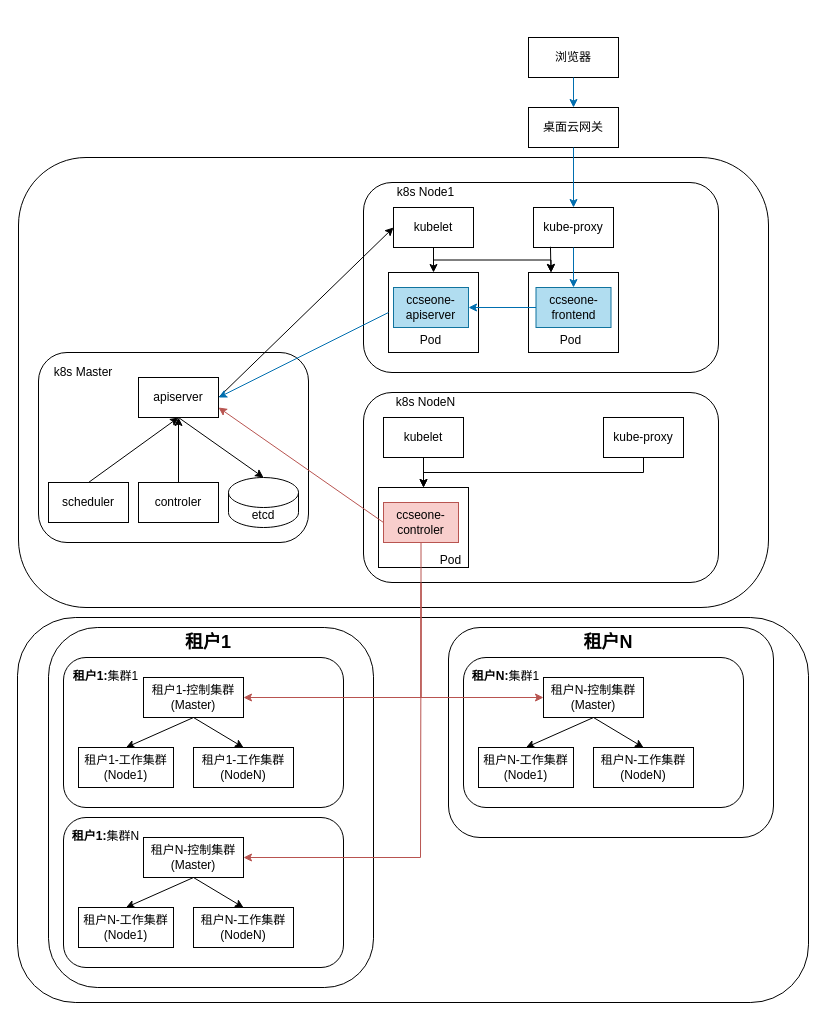
Before: drawio/ccseone-sprint3.drawio in Tiny-VS-Lina/ccse, a draw.io diagram. Source tidied: cells renumbered, new cells numbered last; positions are measured from the earlier drawing's top-left corner, leaving out a move shared by most shapes. Both pictures are drawn from the tidied source at 100%, with x=0, y=0 at pixel (17, 37).
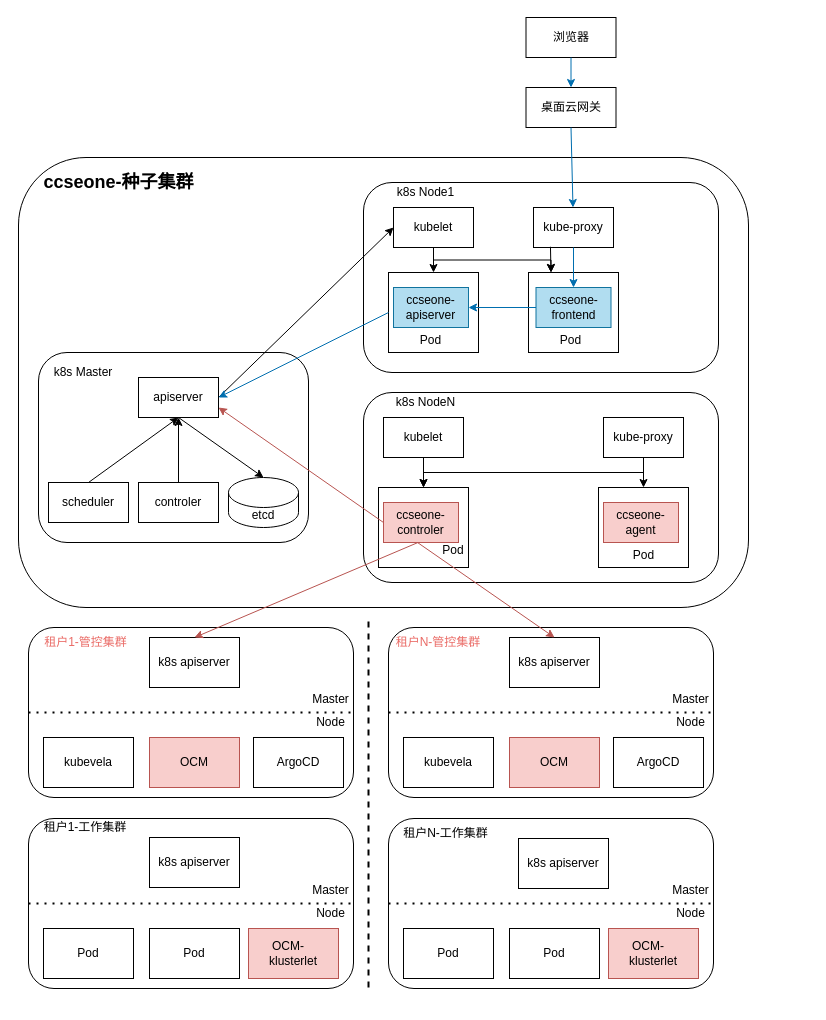
The same page after the edit.

The change refers to these unchanged cells:
```xml
<mxCell id="53" value="kube-proxy" style="rounded=0;whiteSpace=wrap;html=1;" parent="1" vertex="1">
  <mxGeometry x="586" y="380" width="80" height="40" as="geometry" />
</mxCell>
<mxCell id="55" value="ccseone-controler" style="rounded=0;whiteSpace=wrap;html=1;fillColor=#f8cecc;strokeColor=#b85450;" parent="1" vertex="1">
  <mxGeometry x="366" y="465" width="75" height="40" as="geometry" />
</mxCell>
```

Diff of the diagram source:
```diff
@@
-    <mxCell id="2" style="rounded=1;whiteSpace=wrap;html=1;" parent="1" vertex="1">
-      <mxGeometry y="580" width="791" height="385" as="geometry" />
-    </mxCell>
     <mxCell id="3" style="rounded=1;whiteSpace=wrap;html=1;" parent="1" vertex="1">
-      <mxGeometry x="1" y="120" width="750" height="450" as="geometry" />
+      <mxGeometry x="1" y="120" width="730" height="450" as="geometry" />
     </mxCell>
@@
     <mxCell id="16" value="桌面云网关" style="rounded=0;whiteSpace=wrap;html=1;" parent="1" vertex="1">
-      <mxGeometry x="511" y="70" width="90" height="40" as="geometry" />
+      <mxGeometry x="508.5" y="50" width="90" height="40" as="geometry" />
     </mxCell>
@@
     <mxCell id="18" value="浏览器" style="rounded=0;whiteSpace=wrap;html=1;" parent="1" vertex="1">
-      <mxGeometry x="511" width="90" height="40" as="geometry" />
+      <mxGeometry x="508.5" y="-20" width="90" height="40" as="geometry" />
     </mxCell>
@@
-    <mxCell id="21" style="group;" parent="1" vertex="1">
-      <mxGeometry x="31" y="590" width="325" height="360" as="geometry" />
-    </mxCell>
-    <mxCell id="22" style="rounded=1;whiteSpace=wrap;html=1;" parent="21" vertex="1">
-      <mxGeometry width="325" height="360" as="geometry" />
-    </mxCell>
-    <mxCell id="23" style="rounded=1;whiteSpace=wrap;html=1;" parent="21" vertex="1">
-      <mxGeometry x="15" y="30" width="280" height="150" as="geometry" />
-    </mxCell>
-    <mxCell id="24" value="租户1-控制集群(Master)" style="rounded=0;whiteSpace=wrap;html=1;" parent="21" vertex="1">
-      <mxGeometry x="95" y="50" width="100" height="40" as="geometry" />
-    </mxCell>
-    <mxCell id="25" value="租户1-工作集群(Node1)" style="rounded=0;whiteSpace=wrap;html=1;" parent="21" vertex="1">
-      <mxGeometry x="30" y="120" width="95" height="40" as="geometry" />
-    </mxCell>
-    <mxCell id="26" value="租户1-工作集群(NodeN)" style="rounded=0;whiteSpace=wrap;html=1;" parent="21" vertex="1">
-      <mxGeometry x="145" y="120" width="100" height="40" as="geometry" />
-    </mxCell>
-    <mxCell id="27" value="&lt;b&gt;租户1:&lt;/b&gt;集群1" style="text;html=1;strokeColor=none;fillColor=none;align=center;verticalAlign=middle;whiteSpace=wrap;rounded=0;" parent="21" vertex="1">
-      <mxGeometry x="20" y="34" width="75" height="30" as="geometry" />
-    </mxCell>
-    <mxCell id="28" style="rounded=1;whiteSpace=wrap;html=1;" parent="21" vertex="1">
-      <mxGeometry x="15" y="190" width="280" height="150" as="geometry" />
-    </mxCell>
-    <mxCell id="29" value="租户N-控制集群(Master)" style="rounded=0;whiteSpace=wrap;html=1;" parent="21" vertex="1">
-      <mxGeometry x="95" y="210" width="100" height="40" as="geometry" />
-    </mxCell>
-    <mxCell id="30" value="租户N-工作集群(Node1)" style="rounded=0;whiteSpace=wrap;html=1;" parent="21" vertex="1">
-      <mxGeometry x="30" y="280" width="95" height="40" as="geometry" />
-    </mxCell>
-    <mxCell id="31" value="租户N-工作集群(NodeN)" style="rounded=0;whiteSpace=wrap;html=1;" parent="21" vertex="1">
-      <mxGeometry x="145" y="280" width="100" height="40" as="geometry" />
-    </mxCell>
-    <mxCell id="32" value="&lt;b&gt;租户1:&lt;/b&gt;集群N" style="text;html=1;strokeColor=none;fillColor=none;align=center;verticalAlign=middle;whiteSpace=wrap;rounded=0;" parent="21" vertex="1">
-      <mxGeometry x="20" y="194" width="75" height="30" as="geometry" />
-    </mxCell>
-    <mxCell id="33" value="&lt;b style=&quot;font-size: 18px;&quot;&gt;租户1&lt;/b&gt;" style="text;html=1;strokeColor=none;fillColor=none;align=center;verticalAlign=middle;whiteSpace=wrap;rounded=0;fontSize=18;" parent="21" vertex="1">
-      <mxGeometry x="130" width="60" height="30" as="geometry" />
-    </mxCell>
-    <mxCell id="34" style="endArrow=classic;html=1;rounded=0;exitX=0.5;exitY=1;exitDx=0;exitDy=0;entryX=0.5;entryY=0;entryDx=0;entryDy=0;" parent="21" edge="1" source="24" target="25">
-      <mxGeometry relative="1" as="geometry" />
-    </mxCell>
-    <mxCell id="35" style="endArrow=classic;html=1;rounded=0;exitX=0.5;exitY=1;exitDx=0;exitDy=0;entryX=0.5;entryY=0;entryDx=0;entryDy=0;" parent="21" edge="1" source="24" target="26">
-      <mxGeometry relative="1" as="geometry" />
-    </mxCell>
-    <mxCell id="36" style="endArrow=classic;html=1;rounded=0;exitX=0.5;exitY=1;exitDx=0;exitDy=0;entryX=0.5;entryY=0;entryDx=0;entryDy=0;" parent="21" edge="1" source="29" target="30">
-      <mxGeometry relative="1" as="geometry" />
-    </mxCell>
-    <mxCell id="37" style="endArrow=classic;html=1;rounded=0;exitX=0.5;exitY=1;exitDx=0;exitDy=0;entryX=0.5;entryY=0;entryDx=0;entryDy=0;" parent="21" edge="1" source="29" target="31">
-      <mxGeometry relative="1" as="geometry" />
-    </mxCell>
-    <mxCell id="38" style="group;" parent="1" vertex="1">
-      <mxGeometry x="431" y="590" width="325" height="210" as="geometry" />
-    </mxCell>
-    <mxCell id="39" style="rounded=1;whiteSpace=wrap;html=1;" parent="38" vertex="1">
-      <mxGeometry width="325" height="210" as="geometry" />
-    </mxCell>
-    <mxCell id="40" style="rounded=1;whiteSpace=wrap;html=1;" parent="38" vertex="1">
-      <mxGeometry x="15" y="30" width="280" height="150" as="geometry" />
-    </mxCell>
-    <mxCell id="41" value="租户N-控制集群(Master)" style="rounded=0;whiteSpace=wrap;html=1;" parent="38" vertex="1">
-      <mxGeometry x="95" y="50" width="100" height="40" as="geometry" />
-    </mxCell>
-    <mxCell id="42" value="租户N-工作集群(Node1)" style="rounded=0;whiteSpace=wrap;html=1;" parent="38" vertex="1">
-      <mxGeometry x="30" y="120" width="95" height="40" as="geometry" />
-    </mxCell>
-    <mxCell id="43" value="租户N-工作集群(NodeN)" style="rounded=0;whiteSpace=wrap;html=1;" parent="38" vertex="1">
-      <mxGeometry x="145" y="120" width="100" height="40" as="geometry" />
-    </mxCell>
-    <mxCell id="44" value="&lt;b&gt;租户N:&lt;/b&gt;集群1" style="text;html=1;strokeColor=none;fillColor=none;align=center;verticalAlign=middle;whiteSpace=wrap;rounded=0;" parent="38" vertex="1">
-      <mxGeometry x="20" y="34" width="75" height="30" as="geometry" />
-    </mxCell>
-    <mxCell id="45" value="&lt;b style=&quot;font-size: 18px;&quot;&gt;租户N&lt;/b&gt;" style="text;html=1;strokeColor=none;fillColor=none;align=center;verticalAlign=middle;whiteSpace=wrap;rounded=0;fontSize=18;" parent="38" vertex="1">
-      <mxGeometry x="130" width="60" height="30" as="geometry" />
-    </mxCell>
-    <mxCell id="46" style="endArrow=classic;html=1;rounded=0;exitX=0.5;exitY=1;exitDx=0;exitDy=0;entryX=0.5;entryY=0;entryDx=0;entryDy=0;" parent="38" edge="1" source="41" target="42">
-      <mxGeometry relative="1" as="geometry" />
-    </mxCell>
-    <mxCell id="47" style="endArrow=classic;html=1;rounded=0;exitX=0.5;exitY=1;exitDx=0;exitDy=0;entryX=0.5;entryY=0;entryDx=0;entryDy=0;" parent="38" edge="1" source="41" target="43">
-      <mxGeometry relative="1" as="geometry" />
-    </mxCell>
-    <mxCell id="48" style="endArrow=classic;html=1;rounded=0;entryX=1;entryY=0.5;entryDx=0;entryDy=0;edgeStyle=orthogonalEdgeStyle;fillColor=#f8cecc;strokeColor=#b85450;exitX=0.5;exitY=1;exitDx=0;exitDy=0;" parent="1" edge="1" source="55" target="29">
-      <mxGeometry relative="1" as="geometry">
-        <Array as="points">
-          <mxPoint x="404" y="580" />
-          <mxPoint x="403" y="820" />
-        </Array>
-      </mxGeometry>
-    </mxCell>
-    <mxCell id="49" style="endArrow=classic;html=1;rounded=0;entryX=0;entryY=0.5;entryDx=0;entryDy=0;edgeStyle=orthogonalEdgeStyle;fillColor=#f8cecc;strokeColor=#b85450;exitX=0.5;exitY=1;exitDx=0;exitDy=0;" parent="1" edge="1" source="55" target="41">
-      <mxGeometry relative="1" as="geometry">
-        <Array as="points">
-          <mxPoint x="404" y="660" />
-        </Array>
-      </mxGeometry>
-    </mxCell>
@@
     <mxCell id="56" value="Pod" style="text;html=1;strokeColor=none;fillColor=none;align=center;verticalAlign=middle;whiteSpace=wrap;rounded=0;" parent="1" vertex="1">
-      <mxGeometry x="401" y="515" width="65" height="15" as="geometry" />
+      <mxGeometry x="416" y="505" width="40" height="15" as="geometry" />
     </mxCell>
@@
-    <mxCell id="72" style="endArrow=classic;html=1;rounded=0;entryX=1;entryY=0.5;entryDx=0;entryDy=0;edgeStyle=orthogonalEdgeStyle;fillColor=#f8cecc;strokeColor=#b85450;exitX=0.5;exitY=1;exitDx=0;exitDy=0;" parent="1" edge="1" source="55" target="24">
-      <mxGeometry relative="1" as="geometry">
-        <Array as="points">
-          <mxPoint x="404" y="660" />
-        </Array>
-      </mxGeometry>
-    </mxCell>
@@
+    <mxCell id="75" style="rounded=0;whiteSpace=wrap;html=1;" parent="1" vertex="1">
+      <mxGeometry x="581" y="450" width="90" height="80" as="geometry" />
+    </mxCell>
+    <mxCell id="76" value="ccseone-agent" style="rounded=0;whiteSpace=wrap;html=1;fillColor=#f8cecc;strokeColor=#b85450;" parent="1" vertex="1">
+      <mxGeometry x="586" y="465" width="75" height="40" as="geometry" />
+    </mxCell>
+    <mxCell id="77" value="Pod" style="text;html=1;strokeColor=none;fillColor=none;align=center;verticalAlign=middle;whiteSpace=wrap;rounded=0;" parent="1" vertex="1">
+      <mxGeometry x="593.5" y="510" width="65" height="15" as="geometry" />
+    </mxCell>
+    <mxCell id="78" style="endArrow=classic;html=1;rounded=0;entryX=0.5;entryY=0;entryDx=0;entryDy=0;exitX=0.5;exitY=1;exitDx=0;exitDy=0;" parent="1" edge="1" source="53" target="75">
+      <mxGeometry relative="1" as="geometry" />
+    </mxCell>
+    <mxCell id="79" style="group;" parent="1" vertex="1">
+      <mxGeometry x="11" y="590" width="325" height="170" as="geometry" />
+    </mxCell>
+    <mxCell id="80" style="rounded=1;whiteSpace=wrap;html=1;" parent="79" vertex="1">
+      <mxGeometry width="325" height="170" as="geometry" />
+    </mxCell>
+    <mxCell id="81" value="kubevela" style="rounded=0;whiteSpace=wrap;html=1;" parent="79" vertex="1">
+      <mxGeometry x="15" y="110" width="90" height="50" as="geometry" />
+    </mxCell>
+    <mxCell id="82" value="OCM" style="rounded=0;whiteSpace=wrap;html=1;fillColor=#f8cecc;strokeColor=#b85450;" parent="79" vertex="1">
+      <mxGeometry x="121" y="110" width="90" height="50" as="geometry" />
+    </mxCell>
+    <mxCell id="83" value="ArgoCD" style="rounded=0;whiteSpace=wrap;html=1;" parent="79" vertex="1">
+      <mxGeometry x="225" y="110" width="90" height="50" as="geometry" />
+    </mxCell>
+    <mxCell id="84" value="k8s apiserver" style="rounded=0;whiteSpace=wrap;html=1;" parent="79" vertex="1">
+      <mxGeometry x="121" y="10" width="90" height="50" as="geometry" />
+    </mxCell>
+    <mxCell id="85" style="endArrow=none;dashed=1;html=1;dashPattern=1 3;strokeWidth=2;rounded=0;exitX=0;exitY=0.5;exitDx=0;exitDy=0;entryX=1;entryY=0.5;entryDx=0;entryDy=0;" parent="79" edge="1" source="80" target="80">
+      <mxGeometry relative="1" as="geometry" />
+    </mxCell>
+    <mxCell id="86" value="&lt;font color=&quot;#ea6b66&quot;&gt;租户1-管控集群&lt;/font&gt;" style="text;html=1;strokeColor=none;fillColor=none;align=center;verticalAlign=middle;whiteSpace=wrap;rounded=0;" parent="79" vertex="1">
+      <mxGeometry x="15" width="85" height="30" as="geometry" />
+    </mxCell>
+    <mxCell id="87" value="Node" style="text;html=1;strokeColor=none;fillColor=none;align=center;verticalAlign=middle;whiteSpace=wrap;rounded=0;" parent="79" vertex="1">
+      <mxGeometry x="280" y="80" width="45" height="30" as="geometry" />
+    </mxCell>
+    <mxCell id="88" value="Master" style="text;html=1;strokeColor=none;fillColor=none;align=center;verticalAlign=middle;whiteSpace=wrap;rounded=0;" parent="79" vertex="1">
+      <mxGeometry x="280" y="63" width="45" height="17" as="geometry" />
+    </mxCell>
+    <mxCell id="89" style="group;" parent="1" vertex="1">
+      <mxGeometry x="371" y="590" width="325" height="170" as="geometry" />
+    </mxCell>
+    <mxCell id="90" style="rounded=1;whiteSpace=wrap;html=1;" parent="89" vertex="1">
+      <mxGeometry width="325" height="170" as="geometry" />
+    </mxCell>
+    <mxCell id="91" value="kubevela" style="rounded=0;whiteSpace=wrap;html=1;" parent="89" vertex="1">
+      <mxGeometry x="15" y="110" width="90" height="50" as="geometry" />
+    </mxCell>
+    <mxCell id="92" value="OCM" style="rounded=0;whiteSpace=wrap;html=1;fillColor=#f8cecc;strokeColor=#b85450;" parent="89" vertex="1">
+      <mxGeometry x="121" y="110" width="90" height="50" as="geometry" />
+    </mxCell>
+    <mxCell id="93" value="ArgoCD" style="rounded=0;whiteSpace=wrap;html=1;" parent="89" vertex="1">
+      <mxGeometry x="225" y="110" width="90" height="50" as="geometry" />
+    </mxCell>
+    <mxCell id="94" value="k8s apiserver" style="rounded=0;whiteSpace=wrap;html=1;" parent="89" vertex="1">
+      <mxGeometry x="121" y="10" width="90" height="50" as="geometry" />
+    </mxCell>
+    <mxCell id="95" style="endArrow=none;dashed=1;html=1;dashPattern=1 3;strokeWidth=2;rounded=0;exitX=0;exitY=0.5;exitDx=0;exitDy=0;entryX=1;entryY=0.5;entryDx=0;entryDy=0;" parent="89" edge="1" source="90" target="90">
+      <mxGeometry relative="1" as="geometry" />
+    </mxCell>
+    <mxCell id="96" value="&lt;font color=&quot;#ea6b66&quot;&gt;租户N-管控集群&lt;/font&gt;" style="text;html=1;strokeColor=none;fillColor=none;align=center;verticalAlign=middle;whiteSpace=wrap;rounded=0;" parent="89" vertex="1">
+      <mxGeometry width="100" height="30" as="geometry" />
+    </mxCell>
+    <mxCell id="97" value="Node" style="text;html=1;strokeColor=none;fillColor=none;align=center;verticalAlign=middle;whiteSpace=wrap;rounded=0;" parent="89" vertex="1">
+      <mxGeometry x="280" y="80" width="45" height="30" as="geometry" />
+    </mxCell>
+    <mxCell id="98" value="Master" style="text;html=1;strokeColor=none;fillColor=none;align=center;verticalAlign=middle;whiteSpace=wrap;rounded=0;" parent="89" vertex="1">
+      <mxGeometry x="280" y="63" width="45" height="17" as="geometry" />
+    </mxCell>
+    <mxCell id="99" style="group;" parent="1" vertex="1">
+      <mxGeometry x="371" y="781" width="325" height="170" as="geometry" />
+    </mxCell>
+    <mxCell id="100" style="rounded=1;whiteSpace=wrap;html=1;" parent="99" vertex="1">
+      <mxGeometry width="325" height="170" as="geometry" />
+    </mxCell>
+    <mxCell id="101" value="Pod" style="rounded=0;whiteSpace=wrap;html=1;" parent="99" vertex="1">
+      <mxGeometry x="15" y="110" width="90" height="50" as="geometry" />
+    </mxCell>
+    <mxCell id="102" value="Pod" style="rounded=0;whiteSpace=wrap;html=1;" parent="99" vertex="1">
+      <mxGeometry x="121" y="110" width="90" height="50" as="geometry" />
+    </mxCell>
+    <mxCell id="103" style="endArrow=none;dashed=1;html=1;dashPattern=1 3;strokeWidth=2;rounded=0;exitX=0;exitY=0.5;exitDx=0;exitDy=0;entryX=1;entryY=0.5;entryDx=0;entryDy=0;" parent="99" edge="1" source="100" target="100">
+      <mxGeometry relative="1" as="geometry" />
+    </mxCell>
+    <mxCell id="104" value="租户N-工作集群" style="text;html=1;strokeColor=none;fillColor=none;align=center;verticalAlign=middle;whiteSpace=wrap;rounded=0;" parent="99" vertex="1">
+      <mxGeometry x="10" width="95" height="30" as="geometry" />
+    </mxCell>
+    <mxCell id="105" value="Node" style="text;html=1;strokeColor=none;fillColor=none;align=center;verticalAlign=middle;whiteSpace=wrap;rounded=0;" parent="99" vertex="1">
+      <mxGeometry x="280" y="80" width="45" height="30" as="geometry" />
+    </mxCell>
+    <mxCell id="106" value="Master" style="text;html=1;strokeColor=none;fillColor=none;align=center;verticalAlign=middle;whiteSpace=wrap;rounded=0;" parent="99" vertex="1">
+      <mxGeometry x="280" y="63" width="45" height="17" as="geometry" />
+    </mxCell>
+    <mxCell id="107" value="k8s apiserver" style="rounded=0;whiteSpace=wrap;html=1;" parent="99" vertex="1">
+      <mxGeometry x="130" y="20" width="90" height="50" as="geometry" />
+    </mxCell>
+    <mxCell id="108" value="OCM-&amp;nbsp; &amp;nbsp; klusterlet" style="rounded=0;whiteSpace=wrap;html=1;fillColor=#f8cecc;strokeColor=#b85450;" parent="99" vertex="1">
+      <mxGeometry x="220" y="110" width="90" height="50" as="geometry" />
+    </mxCell>
+    <mxCell id="109" style="endArrow=none;html=1;rounded=0;dashed=1;strokeWidth=2;" parent="1" edge="1">
+      <mxGeometry relative="1" as="geometry">
+        <mxPoint x="351" y="950" as="sourcePoint" />
+        <mxPoint x="351" y="580" as="targetPoint" />
+      </mxGeometry>
+    </mxCell>
+    <mxCell id="110" style="endArrow=classic;html=1;rounded=0;entryX=0.5;entryY=0;entryDx=0;entryDy=0;exitX=0.459;exitY=1.001;exitDx=0;exitDy=0;exitPerimeter=0;fillColor=#f8cecc;strokeColor=#b85450;" parent="1" edge="1" source="55" target="84">
+      <mxGeometry relative="1" as="geometry" />
+    </mxCell>
+    <mxCell id="111" style="endArrow=classic;html=1;rounded=0;entryX=0.5;entryY=0;entryDx=0;entryDy=0;exitX=0.454;exitY=1.001;exitDx=0;exitDy=0;exitPerimeter=0;fillColor=#f8cecc;strokeColor=#b85450;" parent="1" edge="1" source="55" target="94">
+      <mxGeometry relative="1" as="geometry" />
+    </mxCell>
+    <mxCell id="112" style="rounded=1;whiteSpace=wrap;html=1;" parent="1" vertex="1">
+      <mxGeometry x="11" y="781" width="325" height="170" as="geometry" />
+    </mxCell>
+    <mxCell id="113" value="Pod" style="rounded=0;whiteSpace=wrap;html=1;" parent="1" vertex="1">
+      <mxGeometry x="26" y="891" width="90" height="50" as="geometry" />
+    </mxCell>
+    <mxCell id="114" value="Pod" style="rounded=0;whiteSpace=wrap;html=1;" parent="1" vertex="1">
+      <mxGeometry x="132" y="891" width="90" height="50" as="geometry" />
+    </mxCell>
+    <mxCell id="115" style="endArrow=none;dashed=1;html=1;dashPattern=1 3;strokeWidth=2;rounded=0;exitX=0;exitY=0.5;exitDx=0;exitDy=0;entryX=1;entryY=0.5;entryDx=0;entryDy=0;" parent="1" edge="1" source="112" target="112">
+      <mxGeometry relative="1" as="geometry" />
+    </mxCell>
+    <mxCell id="116" value="租户1-工作集群" style="text;html=1;strokeColor=none;fillColor=none;align=center;verticalAlign=middle;whiteSpace=wrap;rounded=0;" parent="1" vertex="1">
+      <mxGeometry x="23.5" y="780" width="87.5" height="20" as="geometry" />
+    </mxCell>
+    <mxCell id="117" value="Node" style="text;html=1;strokeColor=none;fillColor=none;align=center;verticalAlign=middle;whiteSpace=wrap;rounded=0;" parent="1" vertex="1">
+      <mxGeometry x="291" y="861" width="45" height="30" as="geometry" />
+    </mxCell>
+    <mxCell id="118" value="Master" style="text;html=1;strokeColor=none;fillColor=none;align=center;verticalAlign=middle;whiteSpace=wrap;rounded=0;" parent="1" vertex="1">
+      <mxGeometry x="291" y="844" width="45" height="17" as="geometry" />
+    </mxCell>
+    <mxCell id="119" value="k8s apiserver" style="rounded=0;whiteSpace=wrap;html=1;" parent="1" vertex="1">
+      <mxGeometry x="132" y="800" width="90" height="50" as="geometry" />
+    </mxCell>
+    <mxCell id="120" value="OCM-&amp;nbsp; &amp;nbsp; klusterlet" style="rounded=0;whiteSpace=wrap;html=1;fillColor=#f8cecc;strokeColor=#b85450;" parent="1" vertex="1">
+      <mxGeometry x="231" y="891" width="90" height="50" as="geometry" />
+    </mxCell>
+    <mxCell id="121" value="&lt;b&gt;ccseone-种子集群&lt;/b&gt;" style="text;html=1;strokeColor=none;fillColor=none;align=center;verticalAlign=middle;whiteSpace=wrap;rounded=0;fontSize=18;" parent="1" vertex="1">
+      <mxGeometry x="23.5" y="130" width="155" height="30" as="geometry" />
+    </mxCell>
```
